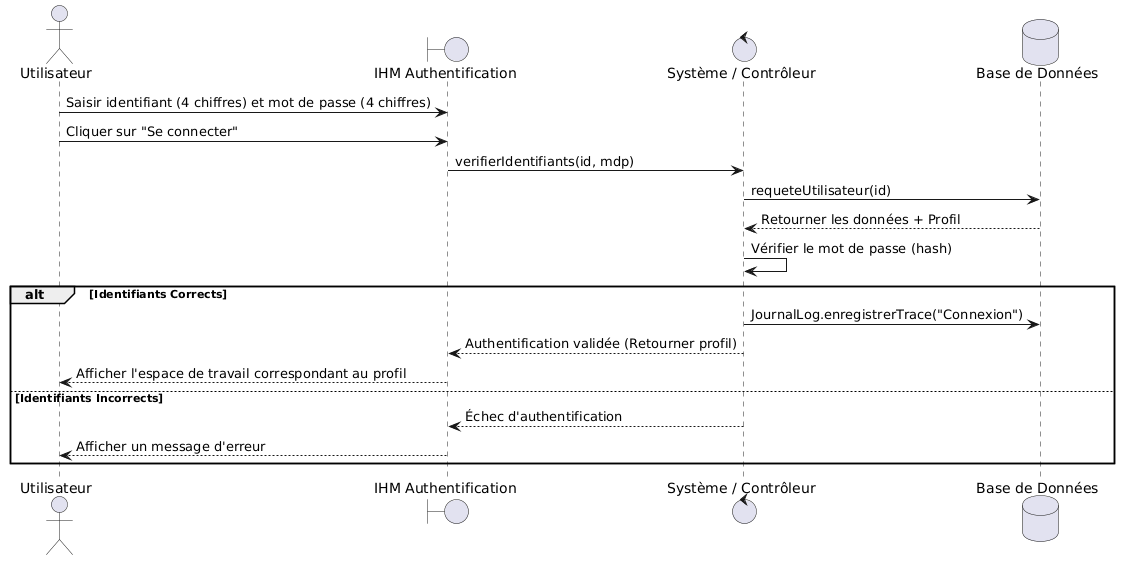
This is assets/seq_auth.png from HamdiMohamedAli/STEG-Immobilisation-Project, a PlantUML export, as it was before one commit. Its diagram source:
```plantuml
@startuml
actor Utilisateur
boundary "IHM Authentification" as IHM
control "Système / Contrôleur" as Sys
database "Base de Données" as BDD

Utilisateur -> IHM: Saisir identifiant (4 chiffres) et mot de passe (4 chiffres)
Utilisateur -> IHM: Cliquer sur "Se connecter"
IHM -> Sys: verifierIdentifiants(id, mdp)
Sys -> BDD: requeteUtilisateur(id)
BDD --> Sys: Retourner les données + Profil
Sys -> Sys: Vérifier le mot de passe (hash)

alt Identifiants Corrects
    Sys -> BDD: JournalLog.enregistrerTrace("Connexion")
    Sys --> IHM: Authentification validée (Retourner profil)
    IHM --> Utilisateur: Afficher l'espace de travail correspondant au profil
else Identifiants Incorrects
    Sys --> IHM: Échec d'authentification
    IHM --> Utilisateur: Afficher un message d'erreur
end
@enduml
```
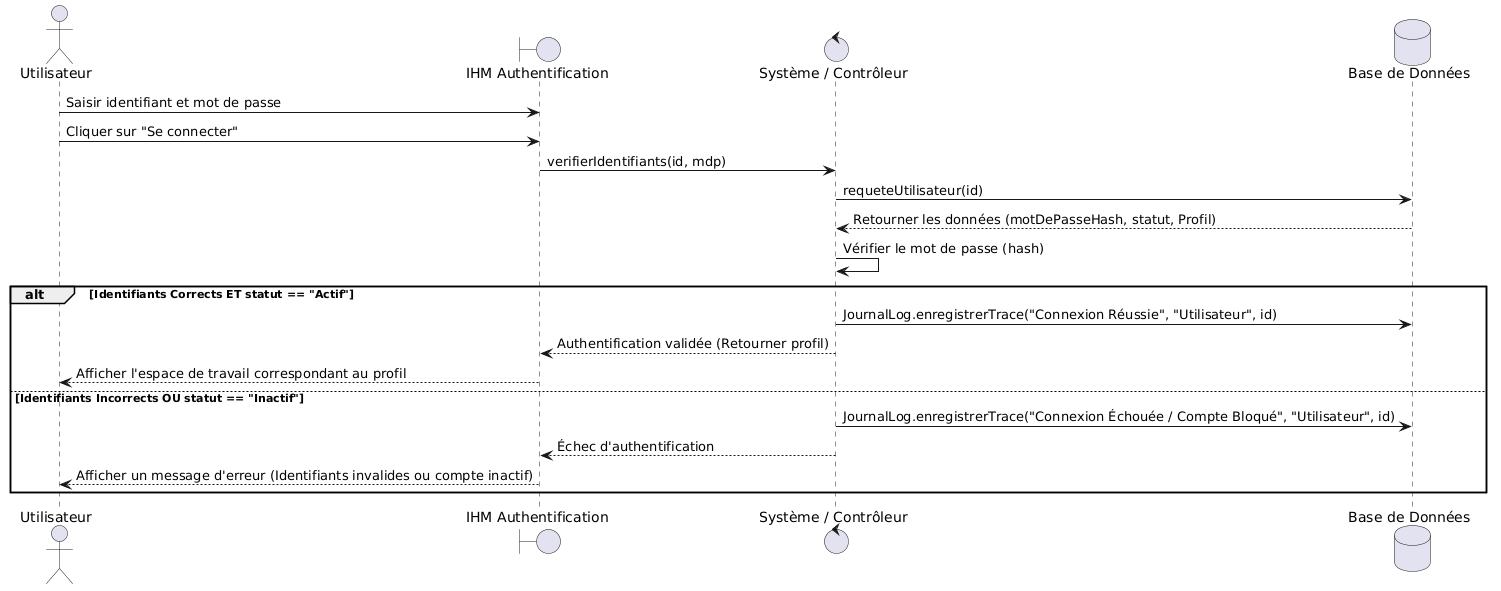
Above is the later version.

The edit, as a diff of the source:
```diff
@@ -4,19 +4,22 @@
 control "Système / Contrôleur" as Sys
 database "Base de Données" as BDD
 
-Utilisateur -> IHM: Saisir identifiant (4 chiffres) et mot de passe (4 chiffres)
+Utilisateur -> IHM: Saisir identifiant et mot de passe
 Utilisateur -> IHM: Cliquer sur "Se connecter"
 IHM -> Sys: verifierIdentifiants(id, mdp)
 Sys -> BDD: requeteUtilisateur(id)
-BDD --> Sys: Retourner les données + Profil
+BDD --> Sys: Retourner les données (motDePasseHash, statut, Profil)
+
 Sys -> Sys: Vérifier le mot de passe (hash)
 
-alt Identifiants Corrects
-    Sys -> BDD: JournalLog.enregistrerTrace("Connexion")
+alt Identifiants Corrects ET statut == "Actif"
+    Sys -> BDD: JournalLog.enregistrerTrace("Connexion Réussie", "Utilisateur", id)
     Sys --> IHM: Authentification validée (Retourner profil)
     IHM --> Utilisateur: Afficher l'espace de travail correspondant au profil
-else Identifiants Incorrects
+
+else Identifiants Incorrects OU statut == "Inactif"
+    Sys -> BDD: JournalLog.enregistrerTrace("Connexion Échouée / Compte Bloqué", "Utilisateur", id)
     Sys --> IHM: Échec d'authentification
-    IHM --> Utilisateur: Afficher un message d'erreur
+    IHM --> Utilisateur: Afficher un message d'erreur (Identifiants invalides ou compte inactif)
 end
 @enduml
```
